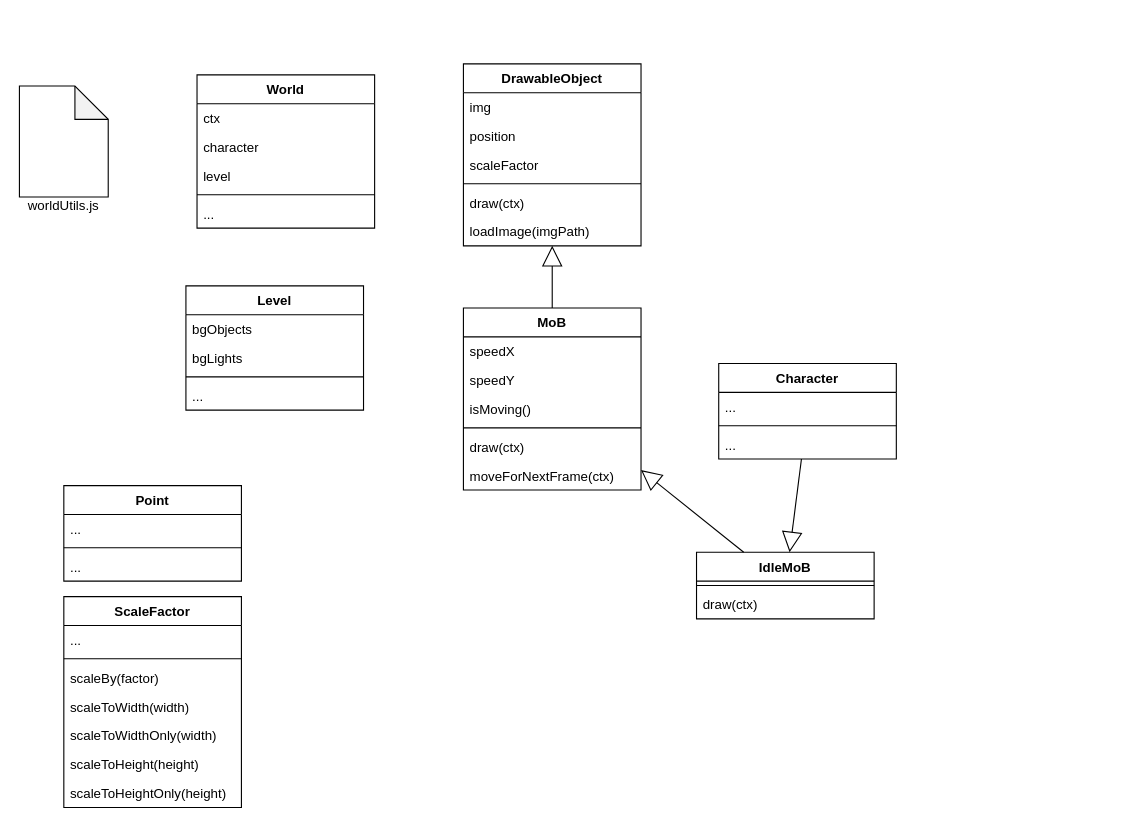
ReinhardWansch/Sharky-DeveloperAkademie keeps this draw.io diagram as uml/Sharky-ClassDiagram.drawio. Above is the earlier version. Source tidied: cells renumbered, new cells numbered last; positions are measured from the earlier drawing's top-left corner, leaving out a move shared by most shapes. Both pictures are drawn from the tidied source at 111%, with x=0, y=0 at pixel (19, 63).
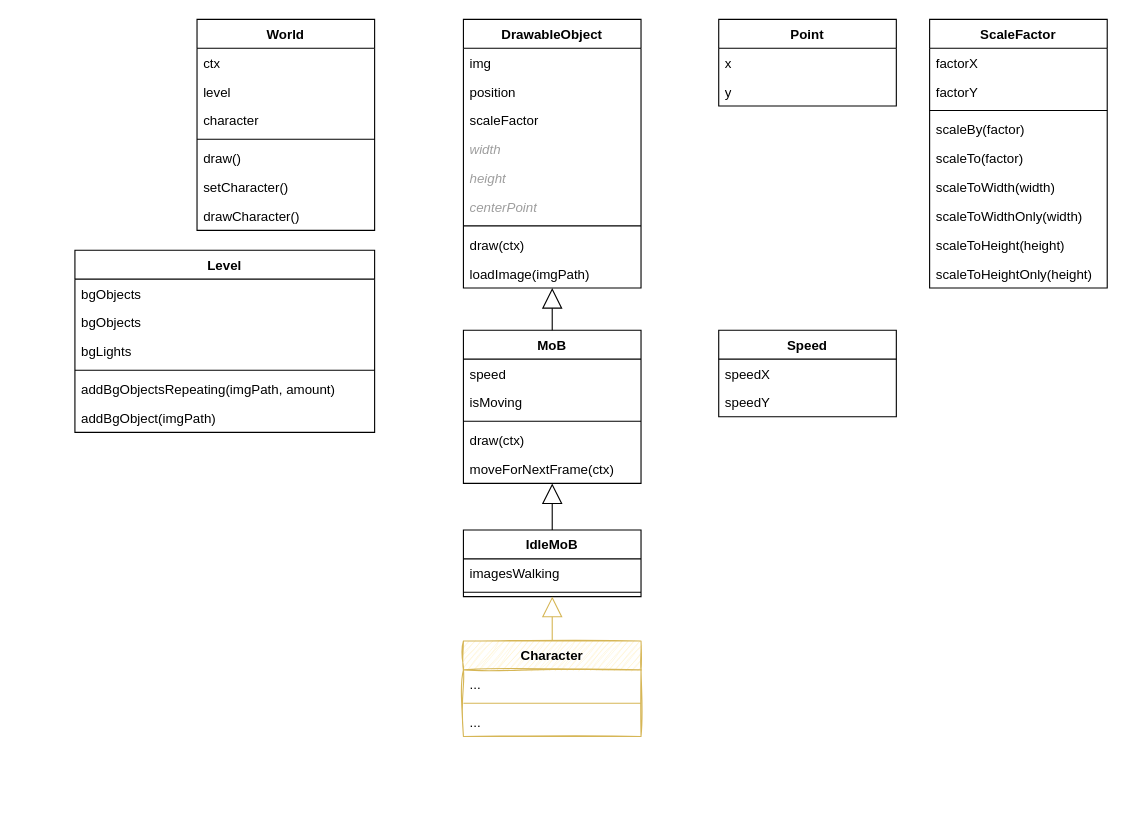
Above is the later version.

Commit message (it also covers changes not shown here):
add class Speed and Level, refactoring

What changed in the source:
```diff
@@
     <mxCell id="2" value="MoB" style="swimlane;fontStyle=1;align=center;verticalAlign=top;horizontal=1;startSize=26;whiteSpace=wrap;html=1;" parent="1" vertex="1">
-      <mxGeometry x="400" y="220" width="160" height="164" as="geometry" />
+      <mxGeometry x="400" y="240" width="160" height="138" as="geometry" />
     </mxCell>
-    <mxCell id="3" value="speedX" style="text;strokeColor=none;fillColor=none;align=left;verticalAlign=top;spacingLeft=4;spacingRight=4;overflow=hidden;whiteSpace=wrap;html=1;" parent="2" vertex="1">
-      <mxGeometry y="26" width="160" height="26" as="geometry" />
-    </mxCell>
-    <mxCell id="4" value="speedY" style="text;strokeColor=none;fillColor=none;align=left;verticalAlign=top;spacingLeft=4;spacingRight=4;overflow=hidden;whiteSpace=wrap;html=1;" parent="2" vertex="1">
-      <mxGeometry y="52" width="160" height="26" as="geometry" />
+    <mxCell id="4" value="speed" style="text;strokeColor=none;fillColor=none;align=left;verticalAlign=top;spacingLeft=4;spacingRight=4;overflow=hidden;whiteSpace=wrap;html=1;" parent="2" vertex="1">
+      <mxGeometry y="26" width="160" height="26" as="geometry" />
     </mxCell>
-    <mxCell id="5" value="isMoving()" style="text;strokeColor=none;fillColor=none;align=left;verticalAlign=top;spacingLeft=4;spacingRight=4;overflow=hidden;whiteSpace=wrap;html=1;" parent="2" vertex="1">
-      <mxGeometry y="78" width="160" height="26" as="geometry" />
+    <mxCell id="5" value="isMoving" style="text;strokeColor=none;fillColor=none;align=left;verticalAlign=top;spacingLeft=4;spacingRight=4;overflow=hidden;whiteSpace=wrap;html=1;" parent="2" vertex="1">
+      <mxGeometry y="52" width="160" height="26" as="geometry" />
     </mxCell>
     <mxCell id="6" style="line;strokeWidth=1;fillColor=none;align=left;verticalAlign=middle;spacingTop=-1;spacingLeft=3;spacingRight=3;labelPosition=right;strokeColor=inherit;" parent="2" vertex="1">
-      <mxGeometry y="104" width="160" height="8" as="geometry" />
+      <mxGeometry y="78" width="160" height="8" as="geometry" />
     </mxCell>
     <mxCell id="7" value="draw(ctx)" style="text;strokeColor=none;fillColor=none;align=left;verticalAlign=top;spacingLeft=4;spacingRight=4;overflow=hidden;whiteSpace=wrap;html=1;" parent="2" vertex="1">
-      <mxGeometry y="112" width="160" height="26" as="geometry" />
+      <mxGeometry y="86" width="160" height="26" as="geometry" />
     </mxCell>
     <mxCell id="8" value="moveForNextFrame(ctx)" style="text;strokeColor=none;fillColor=none;align=left;verticalAlign=top;spacingLeft=4;spacingRight=4;overflow=hidden;whiteSpace=wrap;html=1;" parent="2" vertex="1">
-      <mxGeometry y="138" width="160" height="26" as="geometry" />
+      <mxGeometry y="112" width="160" height="26" as="geometry" />
     </mxCell>
     <mxCell id="9" value="DrawableObject" style="swimlane;fontStyle=1;align=center;verticalAlign=top;horizontal=1;startSize=26;whiteSpace=wrap;html=1;" parent="1" vertex="1">
-      <mxGeometry x="400" width="160" height="164" as="geometry" />
+      <mxGeometry x="400" y="-40" width="160" height="242" as="geometry" />
     </mxCell>
@@
+    <mxCell id="52" value="width" style="text;align=left;verticalAlign=top;spacingLeft=4;spacingRight=4;overflow=hidden;whiteSpace=wrap;html=1;fontStyle=2;fontColor=#9E9E9E;" parent="9" vertex="1">
+      <mxGeometry y="104" width="160" height="26" as="geometry" />
+    </mxCell>
+    <mxCell id="53" value="height" style="text;align=left;verticalAlign=top;spacingLeft=4;spacingRight=4;overflow=hidden;whiteSpace=wrap;html=1;fontStyle=2;fontColor=#9E9E9E;" parent="9" vertex="1">
+      <mxGeometry y="130" width="160" height="26" as="geometry" />
+    </mxCell>
+    <mxCell id="54" value="centerPoint" style="text;align=left;verticalAlign=top;spacingLeft=4;spacingRight=4;overflow=hidden;whiteSpace=wrap;html=1;fontStyle=2;fontColor=#9E9E9E;" parent="9" vertex="1">
+      <mxGeometry y="156" width="160" height="26" as="geometry" />
+    </mxCell>
     <mxCell id="13" style="line;strokeWidth=1;fillColor=none;align=left;verticalAlign=middle;spacingTop=-1;spacingLeft=3;spacingRight=3;labelPosition=right;strokeColor=inherit;" parent="9" vertex="1">
-      <mxGeometry y="104" width="160" height="8" as="geometry" />
+      <mxGeometry y="182" width="160" height="8" as="geometry" />
     </mxCell>
     <mxCell id="14" value="draw(ctx)" style="text;strokeColor=none;fillColor=none;align=left;verticalAlign=top;spacingLeft=4;spacingRight=4;overflow=hidden;whiteSpace=wrap;html=1;" parent="9" vertex="1">
-      <mxGeometry y="112" width="160" height="26" as="geometry" />
+      <mxGeometry y="190" width="160" height="26" as="geometry" />
     </mxCell>
     <mxCell id="15" value="loadImage(imgPath)" style="text;strokeColor=none;fillColor=none;align=left;verticalAlign=top;spacingLeft=4;spacingRight=4;overflow=hidden;whiteSpace=wrap;html=1;" parent="9" vertex="1">
-      <mxGeometry y="138" width="160" height="26" as="geometry" />
+      <mxGeometry y="216" width="160" height="26" as="geometry" />
     </mxCell>
@@
     <mxCell id="17" value="IdleMoB" style="swimlane;fontStyle=1;align=center;verticalAlign=top;horizontal=1;startSize=26;whiteSpace=wrap;html=1;" parent="1" vertex="1">
-      <mxGeometry x="610" y="440" width="160" height="60" as="geometry" />
+      <mxGeometry x="400" y="420" width="160" height="60" as="geometry" />
     </mxCell>
+    <mxCell id="55" value="imagesWalking" style="text;strokeColor=none;fillColor=none;align=left;verticalAlign=top;spacingLeft=4;spacingRight=4;overflow=hidden;whiteSpace=wrap;html=1;" parent="17" vertex="1">
+      <mxGeometry y="26" width="160" height="26" as="geometry" />
+    </mxCell>
     <mxCell id="18" style="line;strokeWidth=1;fillColor=none;align=left;verticalAlign=middle;spacingTop=-1;spacingLeft=3;spacingRight=3;labelPosition=right;strokeColor=inherit;" parent="17" vertex="1">
-      <mxGeometry y="26" width="160" height="8" as="geometry" />
+      <mxGeometry y="52" width="160" height="8" as="geometry" />
     </mxCell>
-    <mxCell id="19" value="draw(ctx)" style="text;strokeColor=none;fillColor=none;align=left;verticalAlign=top;spacingLeft=4;spacingRight=4;overflow=hidden;whiteSpace=wrap;html=1;" parent="17" vertex="1">
-      <mxGeometry y="34" width="160" height="26" as="geometry" />
-    </mxCell>
@@
     <mxCell id="21" value="World" style="swimlane;fontStyle=1;align=center;verticalAlign=top;horizontal=1;startSize=26;whiteSpace=wrap;html=1;" parent="1" vertex="1">
-      <mxGeometry x="160" y="10" width="160" height="138" as="geometry" />
+      <mxGeometry x="160" y="-40" width="160" height="190" as="geometry" />
     </mxCell>
@@
+    <mxCell id="24" value="level" style="text;strokeColor=none;fillColor=none;align=left;verticalAlign=top;spacingLeft=4;spacingRight=4;overflow=hidden;whiteSpace=wrap;html=1;" parent="21" vertex="1">
+      <mxGeometry y="52" width="160" height="26" as="geometry" />
+    </mxCell>
     <mxCell id="23" value="character" style="text;strokeColor=none;fillColor=none;align=left;verticalAlign=top;spacingLeft=4;spacingRight=4;overflow=hidden;whiteSpace=wrap;html=1;" parent="21" vertex="1">
-      <mxGeometry y="52" width="160" height="26" as="geometry" />
+      <mxGeometry y="78" width="160" height="26" as="geometry" />
     </mxCell>
-    <mxCell id="24" value="level" style="text;strokeColor=none;fillColor=none;align=left;verticalAlign=top;spacingLeft=4;spacingRight=4;overflow=hidden;whiteSpace=wrap;html=1;" parent="21" vertex="1">
-      <mxGeometry y="78" width="160" height="26" as="geometry" />
-    </mxCell>
@@
+    <mxCell id="56" value="draw()" style="text;strokeColor=none;fillColor=none;align=left;verticalAlign=top;spacingLeft=4;spacingRight=4;overflow=hidden;whiteSpace=wrap;html=1;" parent="21" vertex="1">
+      <mxGeometry y="112" width="160" height="26" as="geometry" />
+    </mxCell>
-    <mxCell id="26" value="..." style="text;strokeColor=none;fillColor=none;align=left;verticalAlign=top;spacingLeft=4;spacingRight=4;overflow=hidden;whiteSpace=wrap;html=1;" parent="21" vertex="1">
-      <mxGeometry y="112" width="160" height="26" as="geometry" />
+    <mxCell id="26" value="setCharacter()" style="text;strokeColor=none;fillColor=none;align=left;verticalAlign=top;spacingLeft=4;spacingRight=4;overflow=hidden;whiteSpace=wrap;html=1;" parent="21" vertex="1">
+      <mxGeometry y="138" width="160" height="26" as="geometry" />
     </mxCell>
-    <mxCell id="27" style="group;" parent="1" vertex="1">
-      <mxGeometry y="20" width="80" height="123" as="geometry" />
-    </mxCell>
-    <mxCell id="28" style="shape=note;whiteSpace=wrap;html=1;backgroundOutline=1;darkOpacity=0.05;verticalAlign=bottom;" parent="27" vertex="1">
-      <mxGeometry width="80" height="100" as="geometry" />
-    </mxCell>
-    <mxCell id="29" value="worldUtils.js" style="text;html=1;align=center;verticalAlign=middle;whiteSpace=wrap;rounded=0;" parent="27" vertex="1">
-      <mxGeometry x="5" y="93" width="70" height="30" as="geometry" />
-    </mxCell>
+    <mxCell id="57" value="drawCharacter()" style="text;strokeColor=none;fillColor=none;align=left;verticalAlign=top;spacingLeft=4;spacingRight=4;overflow=hidden;whiteSpace=wrap;html=1;" parent="21" vertex="1">
+      <mxGeometry y="164" width="160" height="26" as="geometry" />
+    </mxCell>
     <mxCell id="30" value="Level" style="swimlane;fontStyle=1;align=center;verticalAlign=top;horizontal=1;startSize=26;whiteSpace=wrap;html=1;" parent="1" vertex="1">
-      <mxGeometry x="150" y="200" width="160" height="112" as="geometry" />
+      <mxGeometry x="50" y="168" width="270" height="164" as="geometry" />
     </mxCell>
+    <mxCell id="58" value="bgObjects" style="text;strokeColor=none;fillColor=none;align=left;verticalAlign=top;spacingLeft=4;spacingRight=4;overflow=hidden;whiteSpace=wrap;html=1;" parent="30" vertex="1">
+      <mxGeometry y="26" width="270" height="26" as="geometry" />
+    </mxCell>
     <mxCell id="31" value="bgObjects" style="text;strokeColor=none;fillColor=none;align=left;verticalAlign=top;spacingLeft=4;spacingRight=4;overflow=hidden;whiteSpace=wrap;html=1;" parent="30" vertex="1">
-      <mxGeometry y="26" width="160" height="26" as="geometry" />
+      <mxGeometry y="52" width="270" height="26" as="geometry" />
     </mxCell>
     <mxCell id="32" value="bgLights" style="text;strokeColor=none;fillColor=none;align=left;verticalAlign=top;spacingLeft=4;spacingRight=4;overflow=hidden;whiteSpace=wrap;html=1;" parent="30" vertex="1">
-      <mxGeometry y="52" width="160" height="26" as="geometry" />
+      <mxGeometry y="78" width="270" height="26" as="geometry" />
     </mxCell>
     <mxCell id="33" style="line;strokeWidth=1;fillColor=none;align=left;verticalAlign=middle;spacingTop=-1;spacingLeft=3;spacingRight=3;labelPosition=right;strokeColor=inherit;" parent="30" vertex="1">
-      <mxGeometry y="78" width="160" height="8" as="geometry" />
+      <mxGeometry y="104" width="270" height="8" as="geometry" />
     </mxCell>
-    <mxCell id="34" value="..." style="text;strokeColor=none;fillColor=none;align=left;verticalAlign=top;spacingLeft=4;spacingRight=4;overflow=hidden;whiteSpace=wrap;html=1;" parent="30" vertex="1">
-      <mxGeometry y="86" width="160" height="26" as="geometry" />
+    <mxCell id="34" value="addBgObjectsRepeating(imgPath, amount)" style="text;strokeColor=none;fillColor=none;align=left;verticalAlign=top;spacingLeft=4;spacingRight=4;overflow=hidden;whiteSpace=wrap;html=1;" parent="30" vertex="1">
+      <mxGeometry y="112" width="270" height="26" as="geometry" />
     </mxCell>
+    <mxCell id="59" value="addBgObject(imgPath)" style="text;strokeColor=none;fillColor=none;align=left;verticalAlign=top;spacingLeft=4;spacingRight=4;overflow=hidden;whiteSpace=wrap;html=1;" parent="30" vertex="1">
+      <mxGeometry y="138" width="270" height="26" as="geometry" />
+    </mxCell>
-    <mxCell id="35" value="Character" style="swimlane;fontStyle=1;align=center;verticalAlign=top;horizontal=1;startSize=26;whiteSpace=wrap;html=1;" parent="1" vertex="1">
-      <mxGeometry x="630" y="270" width="160" height="86" as="geometry" />
+    <mxCell id="35" value="Character" style="swimlane;fontStyle=1;align=center;verticalAlign=top;horizontal=1;startSize=26;whiteSpace=wrap;html=1;sketch=1;curveFitting=1;jiggle=2;fillColor=#fff2cc;strokeColor=#d6b656;" parent="1" vertex="1">
+      <mxGeometry x="400" y="520" width="160" height="86" as="geometry" />
     </mxCell>
@@
-    <mxCell id="39" style="endArrow=block;endSize=16;endFill=0;html=1;rounded=0;" parent="1" edge="1" source="35" target="17">
+    <mxCell id="39" style="endArrow=block;endSize=16;endFill=0;html=1;rounded=0;fillColor=#fff2cc;strokeColor=#d6b656;" parent="1" edge="1" source="35" target="17">
       <mxGeometry x="-0.06" relative="1" as="geometry" />
     </mxCell>
     <mxCell id="40" value="Point" style="swimlane;fontStyle=1;align=center;verticalAlign=top;horizontal=1;startSize=26;whiteSpace=wrap;html=1;" parent="1" vertex="1">
-      <mxGeometry x="40" y="380" width="160" height="86" as="geometry" />
+      <mxGeometry x="630" y="-40" width="160" height="78" as="geometry" />
     </mxCell>
-    <mxCell id="41" value="..." style="text;strokeColor=none;fillColor=none;align=left;verticalAlign=top;spacingLeft=4;spacingRight=4;overflow=hidden;whiteSpace=wrap;html=1;" parent="40" vertex="1">
+    <mxCell id="41" value="x" style="text;strokeColor=none;fillColor=none;align=left;verticalAlign=top;spacingLeft=4;spacingRight=4;overflow=hidden;whiteSpace=wrap;html=1;" parent="40" vertex="1">
       <mxGeometry y="26" width="160" height="26" as="geometry" />
     </mxCell>
-    <mxCell id="42" style="line;strokeWidth=1;fillColor=none;align=left;verticalAlign=middle;spacingTop=-1;spacingLeft=3;spacingRight=3;labelPosition=right;strokeColor=inherit;" parent="40" vertex="1">
-      <mxGeometry y="52" width="160" height="8" as="geometry" />
-    </mxCell>
-    <mxCell id="43" value="..." style="text;strokeColor=none;fillColor=none;align=left;verticalAlign=top;spacingLeft=4;spacingRight=4;overflow=hidden;whiteSpace=wrap;html=1;" parent="40" vertex="1">
-      <mxGeometry y="60" width="160" height="26" as="geometry" />
-    </mxCell>
+    <mxCell id="60" value="y" style="text;strokeColor=none;fillColor=none;align=left;verticalAlign=top;spacingLeft=4;spacingRight=4;overflow=hidden;whiteSpace=wrap;html=1;" parent="40" vertex="1">
+      <mxGeometry y="52" width="160" height="26" as="geometry" />
+    </mxCell>
     <mxCell id="44" value="ScaleFactor" style="swimlane;fontStyle=1;align=center;verticalAlign=top;horizontal=1;startSize=26;whiteSpace=wrap;html=1;" parent="1" vertex="1">
-      <mxGeometry x="40" y="480" width="160" height="190" as="geometry" />
+      <mxGeometry x="820" y="-40" width="160" height="242" as="geometry" />
     </mxCell>
-    <mxCell id="45" value="..." style="text;strokeColor=none;fillColor=none;align=left;verticalAlign=top;spacingLeft=4;spacingRight=4;overflow=hidden;whiteSpace=wrap;html=1;" parent="44" vertex="1">
-      <mxGeometry y="26" width="160" height="26" as="geometry" />
-    </mxCell>
+    <mxCell id="61" value="factorX" style="text;strokeColor=none;fillColor=none;align=left;verticalAlign=top;spacingLeft=4;spacingRight=4;overflow=hidden;whiteSpace=wrap;html=1;" parent="44" vertex="1">
+      <mxGeometry y="26" width="160" height="26" as="geometry" />
+    </mxCell>
+    <mxCell id="62" value="factorY" style="text;strokeColor=none;fillColor=none;align=left;verticalAlign=top;spacingLeft=4;spacingRight=4;overflow=hidden;whiteSpace=wrap;html=1;" parent="44" vertex="1">
+      <mxGeometry y="52" width="160" height="26" as="geometry" />
+    </mxCell>
     <mxCell id="46" style="line;strokeWidth=1;fillColor=none;align=left;verticalAlign=middle;spacingTop=-1;spacingLeft=3;spacingRight=3;labelPosition=right;strokeColor=inherit;" parent="44" vertex="1">
-      <mxGeometry y="52" width="160" height="8" as="geometry" />
+      <mxGeometry y="78" width="160" height="8" as="geometry" />
     </mxCell>
     <mxCell id="47" value="scaleBy(factor)" style="text;strokeColor=none;fillColor=none;align=left;verticalAlign=top;spacingLeft=4;spacingRight=4;overflow=hidden;whiteSpace=wrap;html=1;" parent="44" vertex="1">
-      <mxGeometry y="60" width="160" height="26" as="geometry" />
+      <mxGeometry y="86" width="160" height="26" as="geometry" />
     </mxCell>
+    <mxCell id="63" value="scaleTo(factor)" style="text;strokeColor=none;fillColor=none;align=left;verticalAlign=top;spacingLeft=4;spacingRight=4;overflow=hidden;whiteSpace=wrap;html=1;" parent="44" vertex="1">
+      <mxGeometry y="112" width="160" height="26" as="geometry" />
+    </mxCell>
     <mxCell id="48" value="scaleToWidth(width)" style="text;strokeColor=none;fillColor=none;align=left;verticalAlign=top;spacingLeft=4;spacingRight=4;overflow=hidden;whiteSpace=wrap;html=1;" parent="44" vertex="1">
-      <mxGeometry y="86" width="160" height="26" as="geometry" />
+      <mxGeometry y="138" width="160" height="26" as="geometry" />
     </mxCell>
     <mxCell id="49" value="scaleToWidthOnly(width)" style="text;strokeColor=none;fillColor=none;align=left;verticalAlign=top;spacingLeft=4;spacingRight=4;overflow=hidden;whiteSpace=wrap;html=1;" parent="44" vertex="1">
-      <mxGeometry y="112" width="160" height="26" as="geometry" />
+      <mxGeometry y="164" width="160" height="26" as="geometry" />
     </mxCell>
     <mxCell id="50" value="scaleToHeight(height)" style="text;strokeColor=none;fillColor=none;align=left;verticalAlign=top;spacingLeft=4;spacingRight=4;overflow=hidden;whiteSpace=wrap;html=1;" parent="44" vertex="1">
-      <mxGeometry y="138" width="160" height="26" as="geometry" />
+      <mxGeometry y="190" width="160" height="26" as="geometry" />
     </mxCell>
     <mxCell id="51" value="scaleToHeightOnly(height)" style="text;strokeColor=none;fillColor=none;align=left;verticalAlign=top;spacingLeft=4;spacingRight=4;overflow=hidden;whiteSpace=wrap;html=1;" parent="44" vertex="1">
-      <mxGeometry y="164" width="160" height="26" as="geometry" />
+      <mxGeometry y="216" width="160" height="26" as="geometry" />
     </mxCell>
+    <mxCell id="64" value="Speed" style="swimlane;fontStyle=1;align=center;verticalAlign=top;horizontal=1;startSize=26;whiteSpace=wrap;html=1;" parent="1" vertex="1">
+      <mxGeometry x="630" y="240" width="160" height="78" as="geometry" />
+    </mxCell>
+    <mxCell id="3" value="speedX" style="text;strokeColor=none;fillColor=none;align=left;verticalAlign=top;spacingLeft=4;spacingRight=4;overflow=hidden;whiteSpace=wrap;html=1;" parent="64" vertex="1">
+      <mxGeometry y="26" width="160" height="26" as="geometry" />
+    </mxCell>
+    <mxCell id="65" value="speedY" style="text;strokeColor=none;fillColor=none;align=left;verticalAlign=top;spacingLeft=4;spacingRight=4;overflow=hidden;whiteSpace=wrap;html=1;" parent="64" vertex="1">
+      <mxGeometry y="52" width="160" height="26" as="geometry" />
+    </mxCell>
```
